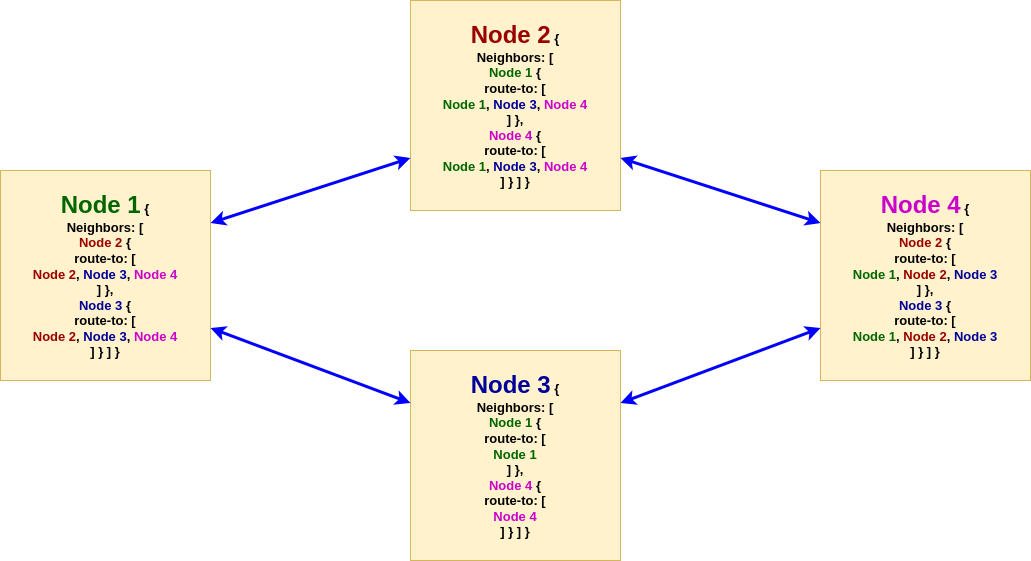
Before: assets/diamond_network_final.png, a diagram exported from draw.io (thomasarmel/qkd_dynamic_routing_protocol). Source tidied: cells renumbered, new cells last; positions are measured from the earlier drawing's top-left corner, leaving out a move shared by most shapes.
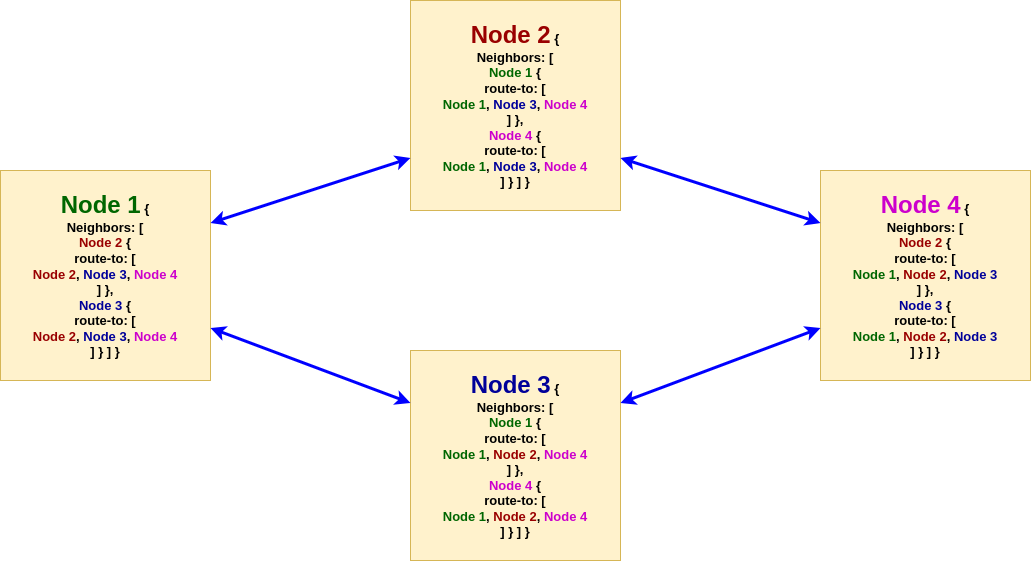
The same diagram one commit later.

Diff of the diagram source:
```diff
@@ -11,7 +11,7 @@
     <mxCell id="4" value="&lt;b style=&quot;&quot;&gt;&lt;font color=&quot;#cc00cc&quot; style=&quot;font-size: 24px;&quot;&gt;Node 4&lt;/font&gt;&lt;span style=&quot;font-size: 13px;&quot;&gt;&amp;nbsp;{&lt;/span&gt;&lt;/b&gt;&lt;div style=&quot;font-size: 13px;&quot;&gt;&lt;div&gt;&lt;b&gt;Neighbors: [&lt;/b&gt;&lt;/div&gt;&lt;div&gt;&lt;b&gt;&lt;font color=&quot;#990000&quot;&gt;Node 2&lt;/font&gt;&lt;font color=&quot;#006600&quot;&gt;&amp;nbsp;&lt;/font&gt;{&lt;/b&gt;&lt;/div&gt;&lt;div&gt;&lt;b&gt;route-to: [&lt;/b&gt;&lt;/div&gt;&lt;div&gt;&lt;font style=&quot;background-color: initial;&quot;&gt;&lt;b style=&quot;background-color: initial;&quot;&gt;&lt;font color=&quot;#006600&quot;&gt;Node 1&lt;/font&gt;&lt;/b&gt;&lt;b&gt;,&amp;nbsp;&lt;/b&gt;&lt;/font&gt;&lt;b style=&quot;background-color: initial;&quot;&gt;&lt;font color=&quot;#990000&quot;&gt;Node 2&lt;/font&gt;&lt;/b&gt;&lt;font style=&quot;background-color: initial;&quot;&gt;&lt;b&gt;,&amp;nbsp;&lt;/b&gt;&lt;/font&gt;&lt;b style=&quot;background-color: initial;&quot;&gt;&lt;font color=&quot;#000099&quot;&gt;Node 3&lt;/font&gt;&lt;/b&gt;&lt;/div&gt;&lt;div&gt;&lt;b style=&quot;background-color: initial;&quot;&gt;]&amp;nbsp;&lt;/b&gt;&lt;b style=&quot;background-color: initial;&quot;&gt;},&lt;/b&gt;&lt;br&gt;&lt;/div&gt;&lt;div&gt;&lt;b&gt;&lt;font color=&quot;#000099&quot;&gt;Node 3&lt;/font&gt;&lt;font color=&quot;#006600&quot;&gt;&amp;nbsp;&lt;/font&gt;{&lt;/b&gt;&lt;/div&gt;&lt;div&gt;&lt;b&gt;route-to: [&lt;/b&gt;&lt;/div&gt;&lt;div&gt;&lt;font style=&quot;background-color: initial;&quot;&gt;&lt;b style=&quot;background-color: initial;&quot;&gt;&lt;font color=&quot;#006600&quot;&gt;Node 1&lt;/font&gt;&lt;/b&gt;&lt;b&gt;,&amp;nbsp;&lt;/b&gt;&lt;/font&gt;&lt;b style=&quot;background-color: initial;&quot;&gt;&lt;font color=&quot;#990000&quot;&gt;Node 2&lt;/font&gt;&lt;/b&gt;&lt;font style=&quot;background-color: initial;&quot;&gt;&lt;b&gt;,&amp;nbsp;&lt;/b&gt;&lt;/font&gt;&lt;b style=&quot;background-color: initial;&quot;&gt;&lt;font color=&quot;#000099&quot;&gt;Node 3&lt;/font&gt;&lt;/b&gt;&lt;/div&gt;&lt;div&gt;&lt;b style=&quot;background-color: initial;&quot;&gt;]&amp;nbsp;&lt;/b&gt;&lt;b style=&quot;background-color: initial;&quot;&gt;}&amp;nbsp;&lt;/b&gt;&lt;b style=&quot;background-color: initial;&quot;&gt;]&amp;nbsp;&lt;/b&gt;&lt;b style=&quot;background-color: initial;&quot;&gt;}&lt;/b&gt;&lt;br&gt;&lt;/div&gt;&lt;/div&gt;" style="whiteSpace=wrap;html=1;fillColor=#fff2cc;strokeColor=#d6b656;" parent="1" vertex="1">
       <mxGeometry x="820" y="170" width="210" height="210" as="geometry" />
     </mxCell>
-    <mxCell id="5" value="&lt;b style=&quot;&quot;&gt;&lt;font color=&quot;#000099&quot; style=&quot;font-size: 24px;&quot;&gt;Node 3&lt;/font&gt;&lt;span style=&quot;font-size: 13px;&quot;&gt;&amp;nbsp;{&lt;/span&gt;&lt;/b&gt;&lt;div style=&quot;font-size: 13px;&quot;&gt;&lt;b style=&quot;&quot;&gt;&lt;font style=&quot;font-size: 13px;&quot;&gt;Neighbors: [&lt;/font&gt;&lt;/b&gt;&lt;/div&gt;&lt;div style=&quot;font-size: 13px;&quot;&gt;&lt;b&gt;&lt;font style=&quot;font-size: 13px;&quot;&gt;&lt;font style=&quot;font-size: 13px;&quot; color=&quot;#006600&quot;&gt;Node 1&lt;/font&gt;&amp;nbsp;{&lt;/font&gt;&lt;/b&gt;&lt;/div&gt;&lt;div style=&quot;font-size: 13px;&quot;&gt;&lt;b&gt;&lt;font style=&quot;font-size: 13px;&quot;&gt;route-to: [&lt;/font&gt;&lt;/b&gt;&lt;/div&gt;&lt;div style=&quot;font-size: 13px;&quot;&gt;&lt;b&gt;&lt;font color=&quot;#006600&quot; style=&quot;font-size: 13px;&quot;&gt;Node 1&lt;/font&gt;&lt;/b&gt;&lt;/div&gt;&lt;div style=&quot;font-size: 13px;&quot;&gt;&lt;font style=&quot;font-size: 13px;&quot;&gt;&lt;b style=&quot;&quot;&gt;&lt;font style=&quot;font-size: 13px;&quot;&gt;]&amp;nbsp;&lt;/font&gt;&lt;/b&gt;&lt;b style=&quot;background-color: initial;&quot;&gt;},&lt;/b&gt;&lt;/font&gt;&lt;/div&gt;&lt;div style=&quot;font-size: 13px;&quot;&gt;&lt;font style=&quot;font-size: 13px;&quot;&gt;&lt;div&gt;&lt;b&gt;&lt;font color=&quot;#cc00cc&quot;&gt;Node 4&lt;/font&gt;&amp;nbsp;{&lt;/b&gt;&lt;/div&gt;&lt;div&gt;&lt;b&gt;route-to: [&lt;/b&gt;&lt;/div&gt;&lt;div&gt;&lt;b&gt;&lt;font color=&quot;#cc00cc&quot;&gt;Node 4&lt;/font&gt;&lt;/b&gt;&lt;/div&gt;&lt;div&gt;&lt;b&gt;]&amp;nbsp;&lt;/b&gt;&lt;b style=&quot;background-color: initial;&quot;&gt;}&amp;nbsp;&lt;/b&gt;&lt;font style=&quot;background-color: initial;&quot;&gt;&lt;b style=&quot;background-color: initial;&quot;&gt;]&amp;nbsp;&lt;/b&gt;&lt;/font&gt;&lt;b style=&quot;background-color: initial;&quot;&gt;}&lt;/b&gt;&lt;/div&gt;&lt;/font&gt;&lt;/div&gt;" style="whiteSpace=wrap;html=1;fillColor=#fff2cc;strokeColor=#d6b656;" parent="1" vertex="1">
+    <mxCell id="5" value="&lt;b style=&quot;&quot;&gt;&lt;font color=&quot;#000099&quot; style=&quot;font-size: 24px;&quot;&gt;Node 3&lt;/font&gt;&lt;span style=&quot;font-size: 13px;&quot;&gt;&amp;nbsp;{&lt;/span&gt;&lt;/b&gt;&lt;div style=&quot;font-size: 13px;&quot;&gt;&lt;b style=&quot;&quot;&gt;&lt;font style=&quot;font-size: 13px;&quot;&gt;Neighbors: [&lt;/font&gt;&lt;/b&gt;&lt;/div&gt;&lt;div style=&quot;font-size: 13px;&quot;&gt;&lt;b&gt;&lt;font style=&quot;font-size: 13px;&quot;&gt;&lt;font style=&quot;font-size: 13px;&quot; color=&quot;#006600&quot;&gt;Node 1&lt;/font&gt;&amp;nbsp;{&lt;/font&gt;&lt;/b&gt;&lt;/div&gt;&lt;div style=&quot;font-size: 13px;&quot;&gt;&lt;b&gt;&lt;font style=&quot;font-size: 13px;&quot;&gt;route-to: [&lt;/font&gt;&lt;/b&gt;&lt;/div&gt;&lt;div style=&quot;font-size: 13px;&quot;&gt;&lt;font style=&quot;background-color: initial;&quot;&gt;&lt;b style=&quot;background-color: initial;&quot;&gt;&lt;font color=&quot;#006600&quot;&gt;Node 1&lt;/font&gt;&lt;/b&gt;&lt;b&gt;,&amp;nbsp;&lt;/b&gt;&lt;/font&gt;&lt;b style=&quot;background-color: initial;&quot;&gt;&lt;font color=&quot;#990000&quot;&gt;Node 2&lt;/font&gt;&lt;/b&gt;&lt;font style=&quot;background-color: initial;&quot;&gt;&lt;b&gt;,&amp;nbsp;&lt;/b&gt;&lt;/font&gt;&lt;b style=&quot;background-color: initial;&quot;&gt;&lt;font color=&quot;#cc00cc&quot;&gt;Node 4&lt;/font&gt;&lt;/b&gt;&lt;/div&gt;&lt;div style=&quot;font-size: 13px;&quot;&gt;&lt;b style=&quot;background-color: initial;&quot;&gt;]&amp;nbsp;&lt;/b&gt;&lt;b style=&quot;background-color: initial;&quot;&gt;},&lt;/b&gt;&lt;/div&gt;&lt;div style=&quot;font-size: 13px;&quot;&gt;&lt;font style=&quot;font-size: 13px;&quot;&gt;&lt;div&gt;&lt;b&gt;&lt;font color=&quot;#cc00cc&quot;&gt;Node 4&lt;/font&gt;&amp;nbsp;{&lt;/b&gt;&lt;/div&gt;&lt;div&gt;&lt;b&gt;route-to: [&lt;/b&gt;&lt;/div&gt;&lt;div&gt;&lt;font style=&quot;background-color: initial;&quot;&gt;&lt;b style=&quot;background-color: initial;&quot;&gt;&lt;font color=&quot;#006600&quot;&gt;Node 1&lt;/font&gt;&lt;/b&gt;&lt;b&gt;,&amp;nbsp;&lt;/b&gt;&lt;/font&gt;&lt;b style=&quot;background-color: initial;&quot;&gt;&lt;font color=&quot;#990000&quot;&gt;Node 2&lt;/font&gt;&lt;/b&gt;&lt;font style=&quot;background-color: initial;&quot;&gt;&lt;b&gt;,&amp;nbsp;&lt;/b&gt;&lt;/font&gt;&lt;b style=&quot;background-color: initial;&quot;&gt;&lt;font color=&quot;#cc00cc&quot;&gt;Node 4&lt;/font&gt;&lt;/b&gt;&lt;br&gt;&lt;/div&gt;&lt;div&gt;&lt;b&gt;]&amp;nbsp;&lt;/b&gt;&lt;b style=&quot;background-color: initial;&quot;&gt;}&amp;nbsp;&lt;/b&gt;&lt;font style=&quot;background-color: initial;&quot;&gt;&lt;b style=&quot;background-color: initial;&quot;&gt;]&amp;nbsp;&lt;/b&gt;&lt;/font&gt;&lt;b style=&quot;background-color: initial;&quot;&gt;}&lt;/b&gt;&lt;/div&gt;&lt;/font&gt;&lt;/div&gt;" style="whiteSpace=wrap;html=1;fillColor=#fff2cc;strokeColor=#d6b656;" parent="1" vertex="1">
       <mxGeometry x="410" y="350" width="210" height="210" as="geometry" />
     </mxCell>
     <mxCell id="6" style="endArrow=classic;startArrow=classic;html=1;rounded=0;exitX=1;exitY=0.75;exitDx=0;exitDy=0;entryX=0;entryY=0.25;entryDx=0;entryDy=0;strokeWidth=3;strokeColor=#0000FF;" parent="1" edge="1" source="3" target="4">
```
